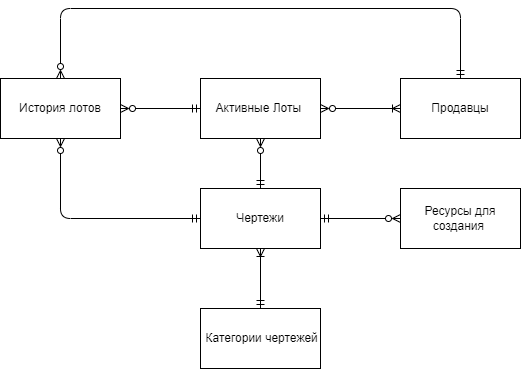
Before: concept_model.png, a diagram exported from draw.io (RusVS1/mipt_database). Source tidied: cells renumbered, new cells last; positions are measured from the earlier drawing's top-left corner, leaving out a move shared by most shapes.
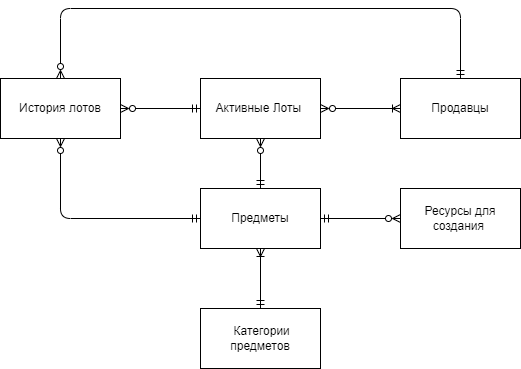
The same file after the commit.

Commit message:
add concept model 4

The edit, as a diff of the source:
```diff
@@ -5,7 +5,7 @@
     <mxCell id="2" style="edgeStyle=none;rounded=0;jettySize=auto;html=1;entryX=0.5;entryY=1;entryDx=0;entryDy=0;startArrow=ERmandOne;startFill=0;endArrow=ERoneToMany;endFill=0;" parent="1" edge="1" source="3" target="7">
       <mxGeometry relative="1" as="geometry" />
     </mxCell>
-    <mxCell id="3" value="&amp;nbsp;Категории чертежей" style="rounded=0;whiteSpace=wrap;html=1;" parent="1" vertex="1">
+    <mxCell id="3" value="&amp;nbsp;Категории предметов" style="rounded=0;whiteSpace=wrap;html=1;" parent="1" vertex="1">
       <mxGeometry x="200" y="300" width="120" height="60" as="geometry" />
     </mxCell>
     <mxCell id="4" style="edgeStyle=none;rounded=0;jettySize=auto;html=1;exitX=0.5;exitY=0;exitDx=0;exitDy=0;entryX=0.5;entryY=1;entryDx=0;entryDy=0;endArrow=ERzeroToMany;endFill=0;startArrow=ERmandOne;startFill=0;" parent="1" edge="1" source="7" target="9">
@@ -21,7 +21,7 @@
         </Array>
       </mxGeometry>
     </mxCell>
-    <mxCell id="7" value="Чертежи" style="rounded=0;whiteSpace=wrap;html=1;" parent="1" vertex="1">
+    <mxCell id="7" value="Предметы" style="rounded=0;whiteSpace=wrap;html=1;" parent="1" vertex="1">
       <mxGeometry x="200" y="180" width="120" height="60" as="geometry" />
     </mxCell>
     <mxCell id="8" style="edgeStyle=none;html=1;entryX=1;entryY=0.5;entryDx=0;entryDy=0;startArrow=ERmandOne;startFill=0;endArrow=ERzeroToMany;endFill=0;" parent="1" edge="1" source="9" target="14">
```
